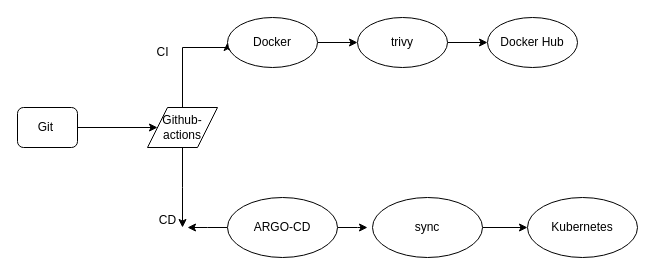
Before: git-actions(ci)-argo(cd).drawio in Raidi13/diagrams, a draw.io diagram. Source tidied: cells renumbered, new cells numbered last; positions are measured from the earlier drawing's top-left corner, leaving out a move shared by most shapes. Both pictures are drawn from the tidied source at 100%, with x=0, y=0 at pixel (17, 17).
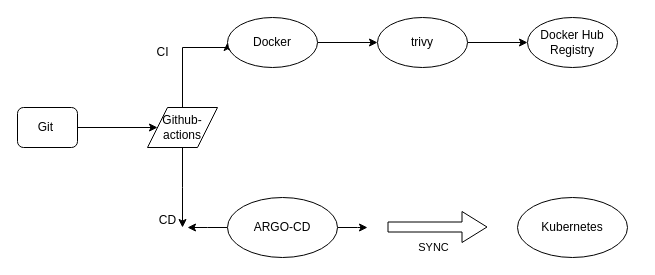
After the change.

Diff of the diagram source:
```diff
@@
     <mxCell id="11" value="trivy" style="ellipse;whiteSpace=wrap;html=1;" parent="1" vertex="1">
-      <mxGeometry x="340" width="90" height="50" as="geometry" />
+      <mxGeometry x="360" width="90" height="50" as="geometry" />
     </mxCell>
-    <mxCell id="12" value="Docker Hub" style="ellipse;whiteSpace=wrap;html=1;" parent="1" vertex="1">
-      <mxGeometry x="470" width="90" height="50" as="geometry" />
+    <mxCell id="12" value="Docker Hub Registry" style="ellipse;whiteSpace=wrap;html=1;" parent="1" vertex="1">
+      <mxGeometry x="510" width="90" height="50" as="geometry" />
     </mxCell>
@@
     <mxCell id="16" value="Kubernetes" style="ellipse;whiteSpace=wrap;html=1;" parent="1" vertex="1">
-      <mxGeometry x="510" y="180" width="110" height="60" as="geometry" />
+      <mxGeometry x="500" y="180" width="110" height="60" as="geometry" />
     </mxCell>
-    <mxCell id="17" style="edgeStyle=orthogonalEdgeStyle;rounded=0;jettySize=auto;html=1;" parent="1" edge="1" source="18" target="16">
-      <mxGeometry relative="1" as="geometry" />
-    </mxCell>
-    <mxCell id="18" value="sync" style="ellipse;whiteSpace=wrap;html=1;" parent="1" vertex="1">
-      <mxGeometry x="355" y="180" width="110" height="60" as="geometry" />
-    </mxCell>
@@
+    <mxCell id="20" style="edgeStyle=none;orthogonalLoop=1;jettySize=auto;html=1;shape=flexArrow;rounded=1;startSize=8;endSize=8;" parent="1" edge="1">
+      <mxGeometry relative="1" as="geometry">
+        <mxPoint x="370" y="209.5" as="sourcePoint" />
+        <mxPoint x="470" y="209.5" as="targetPoint" />
+      </mxGeometry>
+    </mxCell>
+    <mxCell id="21" value="SYNC" style="edgeLabel;html=1;align=center;verticalAlign=middle;" parent="20" vertex="1">
+      <mxGeometry x="0.5" y="-1" relative="1" as="geometry">
+        <mxPoint x="-30" y="19" as="offset" />
+      </mxGeometry>
+    </mxCell>
```
